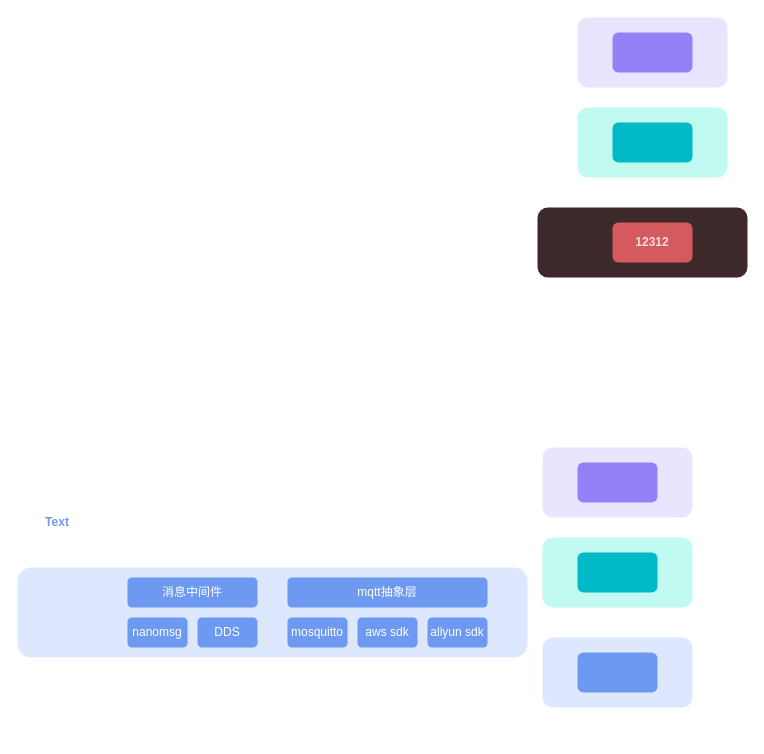
The draw.io diagram 割草机.drawio in xunzhaoxusanduo/1-drawio, before the edit. Source tidied: cells renumbered, new cells numbered last; positions are measured from the earlier drawing's top-left corner, leaving out a move shared by most shapes. Both pictures are drawn from the tidied source at 100%, with x=0, y=0 at pixel (17, 17).
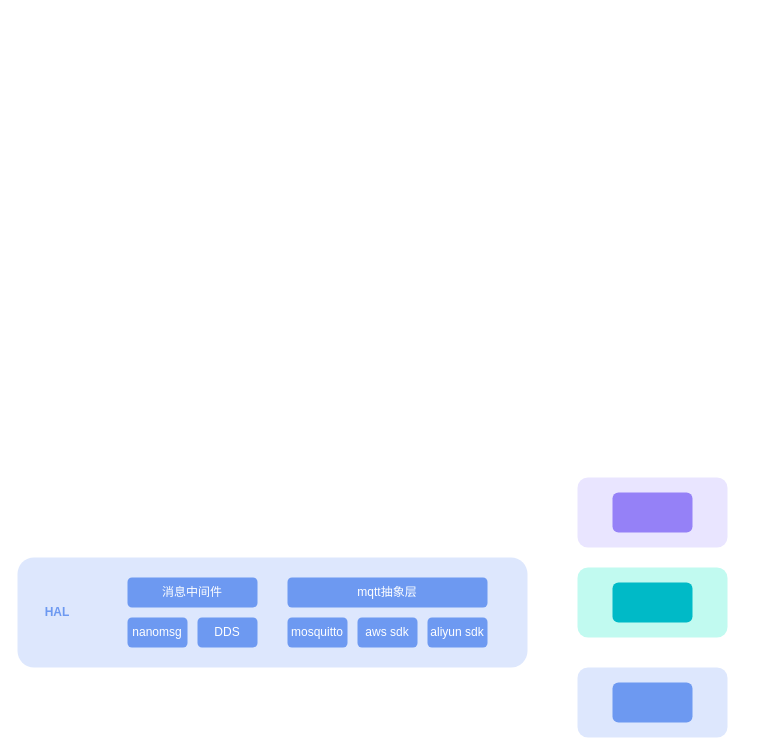
Above is the later version.

Commit message (it also covers changes not shown here):
更新割草机.drawio

Change to the diagram source:
```diff
@@
-    <mxCell id="2" style="rounded=1;whiteSpace=wrap;html=1;fillColor=#e9e5ff;strokeColor=none;" parent="1" vertex="1">
-      <mxGeometry x="560" width="150" height="70" as="geometry" />
-    </mxCell>
-    <mxCell id="3" style="rounded=1;whiteSpace=wrap;html=1;strokeColor=none;fillColor=#9581f7;" parent="1" vertex="1">
-      <mxGeometry x="595" y="15" width="80" height="40" as="geometry" />
-    </mxCell>
-    <mxCell id="4" style="rounded=1;whiteSpace=wrap;html=1;fillColor=#c1faf0;strokeColor=none;" parent="1" vertex="1">
-      <mxGeometry x="560" y="90" width="150" height="70" as="geometry" />
-    </mxCell>
-    <mxCell id="5" style="rounded=1;whiteSpace=wrap;html=1;strokeColor=none;fillColor=#00bac7;" parent="1" vertex="1">
-      <mxGeometry x="595" y="105" width="80" height="40" as="geometry" />
-    </mxCell>
-    <mxCell id="6" style="rounded=1;whiteSpace=wrap;html=1;fillColor=#3d292a;strokeColor=none;" parent="1" vertex="1">
-      <mxGeometry x="520" y="190" width="210" height="70" as="geometry" />
-    </mxCell>
-    <mxCell id="7" value="12312" style="rounded=1;whiteSpace=wrap;html=1;strokeColor=none;fillColor=#d45a60;fontColor=#f4dedf;fontStyle=1;" parent="1" vertex="1">
-      <mxGeometry x="595" y="205" width="80" height="40" as="geometry" />
-    </mxCell>
     <mxCell id="8" style="rounded=1;whiteSpace=wrap;html=1;fillColor=#dde7fd;strokeColor=none;" parent="1" vertex="1">
-      <mxGeometry y="550" width="510" height="90" as="geometry" />
+      <mxGeometry y="540" width="510" height="110" as="geometry" />
     </mxCell>
@@
-    <mxCell id="16" value="Text" style="text;html=1;strokeColor=none;fillColor=none;align=center;verticalAlign=middle;whiteSpace=wrap;rounded=0;fontColor=#6d99f1;fontStyle=1;" parent="1" vertex="1">
-      <mxGeometry x="10" y="490" width="60" height="30" as="geometry" />
+    <mxCell id="16" value="HAL" style="text;html=1;strokeColor=none;fillColor=none;align=center;verticalAlign=middle;whiteSpace=wrap;rounded=0;fontColor=#6d99f1;fontStyle=1;" parent="1" vertex="1">
+      <mxGeometry x="10" y="580" width="60" height="30" as="geometry" />
     </mxCell>
     <mxCell id="17" style="rounded=1;whiteSpace=wrap;html=1;fillColor=#e9e5ff;strokeColor=none;" parent="1" vertex="1">
-      <mxGeometry x="525" y="430" width="150" height="70" as="geometry" />
+      <mxGeometry x="560" y="460" width="150" height="70" as="geometry" />
     </mxCell>
     <mxCell id="18" style="rounded=1;whiteSpace=wrap;html=1;strokeColor=none;fillColor=#9581f7;" parent="1" vertex="1">
-      <mxGeometry x="560" y="445" width="80" height="40" as="geometry" />
+      <mxGeometry x="595" y="475" width="80" height="40" as="geometry" />
     </mxCell>
     <mxCell id="19" style="rounded=1;whiteSpace=wrap;html=1;fillColor=#c1faf0;strokeColor=none;" parent="1" vertex="1">
-      <mxGeometry x="525" y="520" width="150" height="70" as="geometry" />
+      <mxGeometry x="560" y="550" width="150" height="70" as="geometry" />
     </mxCell>
     <mxCell id="20" style="rounded=1;whiteSpace=wrap;html=1;strokeColor=none;fillColor=#00bac7;" parent="1" vertex="1">
-      <mxGeometry x="560" y="535" width="80" height="40" as="geometry" />
+      <mxGeometry x="595" y="565" width="80" height="40" as="geometry" />
     </mxCell>
     <mxCell id="21" style="rounded=1;whiteSpace=wrap;html=1;fillColor=#dde7fd;strokeColor=none;" parent="1" vertex="1">
-      <mxGeometry x="525" y="620" width="150" height="70" as="geometry" />
+      <mxGeometry x="560" y="650" width="150" height="70" as="geometry" />
     </mxCell>
     <mxCell id="22" style="rounded=1;whiteSpace=wrap;html=1;strokeColor=none;fillColor=#6d99f1;" parent="1" vertex="1">
-      <mxGeometry x="560" y="635" width="80" height="40" as="geometry" />
+      <mxGeometry x="595" y="665" width="80" height="40" as="geometry" />
     </mxCell>
```
